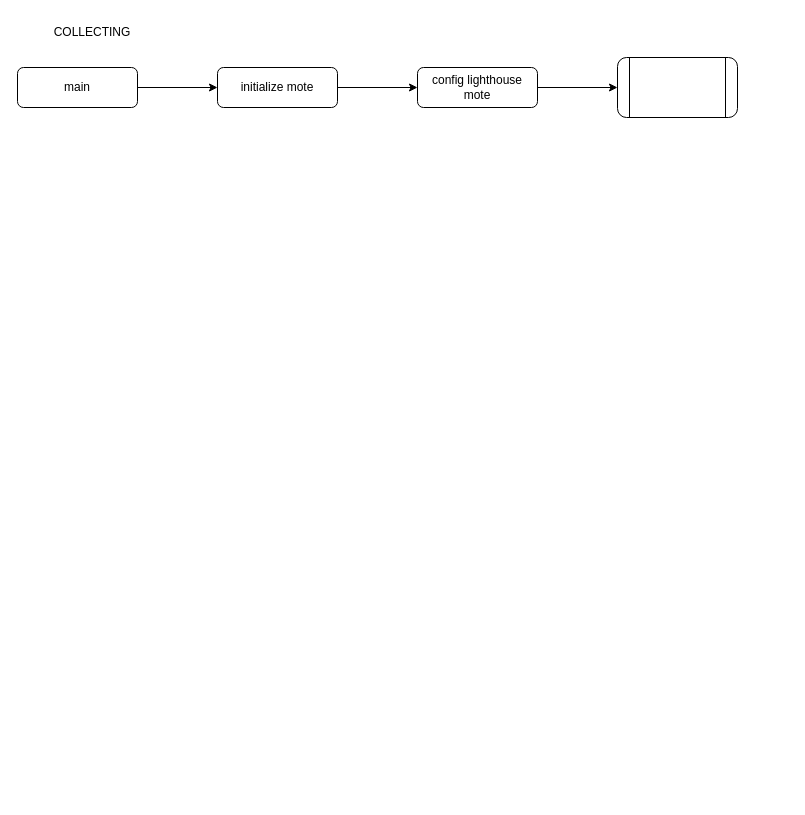
Above: diagrams/未命名绘图.drawio in cwdao/draw_io_diagrams (draw.io), before the change. Source tidied: cells renumbered, new cells numbered last; positions are measured from the earlier drawing's top-left corner, leaving out a move shared by most shapes. Both pictures are drawn from the tidied source at 100%, with x=0, y=0 at pixel (17, 17).
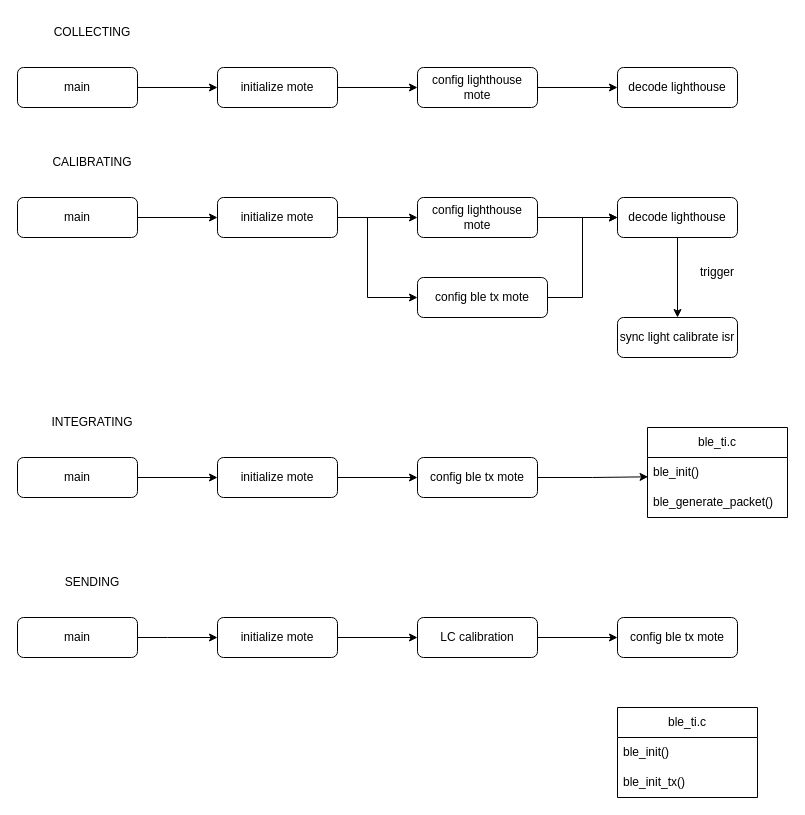
The same page after the edit.

Commit message:
更新未命名绘图.drawio

The change refers to these unchanged cells:
```xml
<mxCell id="7" value="config lighthouse mote" style="rounded=1;whiteSpace=wrap;html=1;fontSize=12;glass=0;strokeWidth=1;shadow=0;" parent="1" vertex="1">
  <mxGeometry x="400" y="50" width="120" height="40" as="geometry" />
</mxCell>
```

What changed in the source:
```diff
@@
-    <mxCell id="6" style="edgeStyle=orthogonalEdgeStyle;rounded=0;jettySize=auto;html=1;" parent="1" edge="1" source="7" target="9">
-      <mxGeometry relative="1" as="geometry" />
-    </mxCell>
+    <mxCell id="10" style="edgeStyle=orthogonalEdgeStyle;rounded=0;jettySize=auto;html=1;" parent="1" edge="1" source="7" target="11">
+      <mxGeometry relative="1" as="geometry" />
+    </mxCell>
@@
-    <mxCell id="9" style="shape=process;whiteSpace=wrap;html=1;backgroundOutline=1;rounded=1;glass=0;strokeWidth=1;shadow=0;" parent="1" vertex="1">
-      <mxGeometry x="600" y="40" width="120" height="60" as="geometry" />
-    </mxCell>
+    <mxCell id="11" value="decode lighthouse" style="rounded=1;whiteSpace=wrap;html=1;fontSize=12;glass=0;strokeWidth=1;shadow=0;" parent="1" vertex="1">
+      <mxGeometry x="600" y="50" width="120" height="40" as="geometry" />
+    </mxCell>
+    <mxCell id="12" style="edgeStyle=orthogonalEdgeStyle;rounded=0;jettySize=auto;html=1;" parent="1" edge="1" source="13" target="16">
+      <mxGeometry relative="1" as="geometry" />
+    </mxCell>
+    <mxCell id="13" value="main" style="rounded=1;whiteSpace=wrap;html=1;fontSize=12;glass=0;strokeWidth=1;shadow=0;" parent="1" vertex="1">
+      <mxGeometry y="180" width="120" height="40" as="geometry" />
+    </mxCell>
+    <mxCell id="14" style="edgeStyle=orthogonalEdgeStyle;rounded=0;jettySize=auto;html=1;" parent="1" edge="1" source="16" target="18">
+      <mxGeometry relative="1" as="geometry" />
+    </mxCell>
+    <mxCell id="15" style="edgeStyle=orthogonalEdgeStyle;rounded=0;jettySize=auto;html=1;" parent="1" edge="1" source="16" target="23">
+      <mxGeometry relative="1" as="geometry">
+        <Array as="points">
+          <mxPoint x="350" y="200" />
+          <mxPoint x="350" y="280" />
+        </Array>
+      </mxGeometry>
+    </mxCell>
+    <mxCell id="16" value="initialize mote" style="rounded=1;whiteSpace=wrap;html=1;fontSize=12;glass=0;strokeWidth=1;shadow=0;" parent="1" vertex="1">
+      <mxGeometry x="200" y="180" width="120" height="40" as="geometry" />
+    </mxCell>
+    <mxCell id="17" style="edgeStyle=orthogonalEdgeStyle;rounded=0;jettySize=auto;html=1;" parent="1" edge="1" source="18" target="21">
+      <mxGeometry relative="1" as="geometry" />
+    </mxCell>
+    <mxCell id="18" value="config lighthouse mote" style="rounded=1;whiteSpace=wrap;html=1;fontSize=12;glass=0;strokeWidth=1;shadow=0;" parent="1" vertex="1">
+      <mxGeometry x="400" y="180" width="120" height="40" as="geometry" />
+    </mxCell>
+    <mxCell id="19" value="CALIBRATING" style="text;html=1;align=center;verticalAlign=middle;whiteSpace=wrap;rounded=0;" parent="1" vertex="1">
+      <mxGeometry y="130" width="150" height="30" as="geometry" />
+    </mxCell>
+    <mxCell id="20" style="edgeStyle=orthogonalEdgeStyle;rounded=0;jettySize=auto;html=1;" parent="1" edge="1" source="21" target="24">
+      <mxGeometry relative="1" as="geometry" />
+    </mxCell>
+    <mxCell id="21" value="decode lighthouse" style="rounded=1;whiteSpace=wrap;html=1;fontSize=12;glass=0;strokeWidth=1;shadow=0;" parent="1" vertex="1">
+      <mxGeometry x="600" y="180" width="120" height="40" as="geometry" />
+    </mxCell>
+    <mxCell id="22" style="edgeStyle=orthogonalEdgeStyle;rounded=0;jettySize=auto;html=1;exitX=1;exitY=0.5;exitDx=0;exitDy=0;entryX=0;entryY=0.5;entryDx=0;entryDy=0;" parent="1" edge="1" source="23" target="21">
+      <mxGeometry relative="1" as="geometry" />
+    </mxCell>
+    <mxCell id="23" value="config ble tx mote" style="rounded=1;whiteSpace=wrap;html=1;fontSize=12;glass=0;strokeWidth=1;shadow=0;" parent="1" vertex="1">
+      <mxGeometry x="400" y="260" width="130" height="40" as="geometry" />
+    </mxCell>
+    <mxCell id="24" value="sync light calibrate isr" style="rounded=1;whiteSpace=wrap;html=1;fontSize=12;glass=0;strokeWidth=1;shadow=0;" parent="1" vertex="1">
+      <mxGeometry x="600" y="300" width="120" height="40" as="geometry" />
+    </mxCell>
+    <mxCell id="25" value="trigger" style="text;html=1;align=center;verticalAlign=middle;whiteSpace=wrap;rounded=0;" parent="1" vertex="1">
+      <mxGeometry x="670" y="240" width="60" height="30" as="geometry" />
+    </mxCell>
+    <mxCell id="26" style="edgeStyle=orthogonalEdgeStyle;rounded=0;jettySize=auto;html=1;" parent="1" edge="1" source="27" target="29">
+      <mxGeometry relative="1" as="geometry" />
+    </mxCell>
+    <mxCell id="27" value="main" style="rounded=1;whiteSpace=wrap;html=1;fontSize=12;glass=0;strokeWidth=1;shadow=0;" parent="1" vertex="1">
+      <mxGeometry y="440" width="120" height="40" as="geometry" />
+    </mxCell>
+    <mxCell id="28" style="edgeStyle=orthogonalEdgeStyle;rounded=0;jettySize=auto;html=1;" parent="1" edge="1" source="29" target="30">
+      <mxGeometry relative="1" as="geometry" />
+    </mxCell>
+    <mxCell id="29" value="initialize mote" style="rounded=1;whiteSpace=wrap;html=1;fontSize=12;glass=0;strokeWidth=1;shadow=0;" parent="1" vertex="1">
+      <mxGeometry x="200" y="440" width="120" height="40" as="geometry" />
+    </mxCell>
+    <mxCell id="30" value="config ble tx mote" style="rounded=1;whiteSpace=wrap;html=1;fontSize=12;glass=0;strokeWidth=1;shadow=0;" parent="1" vertex="1">
+      <mxGeometry x="400" y="440" width="120" height="40" as="geometry" />
+    </mxCell>
+    <mxCell id="31" value="INTEGRATING" style="text;html=1;align=center;verticalAlign=middle;whiteSpace=wrap;rounded=0;" parent="1" vertex="1">
+      <mxGeometry y="390" width="150" height="30" as="geometry" />
+    </mxCell>
+    <mxCell id="32" value="ble_ti.c" style="swimlane;fontStyle=0;horizontal=1;startSize=30;whiteSpace=wrap;html=1;" parent="1" vertex="1">
+      <mxGeometry x="630" y="410" width="140" height="90" as="geometry" />
+    </mxCell>
+    <mxCell id="33" value="ble_init()" style="text;strokeColor=none;fillColor=none;align=left;verticalAlign=middle;spacingLeft=4;spacingRight=4;overflow=hidden;points=[[0,0.5],[1,0.5]];portConstraint=eastwest;whiteSpace=wrap;html=1;" parent="32" vertex="1">
+      <mxGeometry y="30" width="140" height="30" as="geometry" />
+    </mxCell>
+    <mxCell id="34" value="ble_generate_packet()" style="text;strokeColor=none;fillColor=none;align=left;verticalAlign=middle;spacingLeft=4;spacingRight=4;overflow=hidden;whiteSpace=wrap;html=1;" parent="32" vertex="1">
+      <mxGeometry y="60" width="140" height="30" as="geometry" />
+    </mxCell>
+    <mxCell id="35" style="edgeStyle=orthogonalEdgeStyle;rounded=0;jettySize=auto;html=1;exitX=1;exitY=0.5;exitDx=0;exitDy=0;entryX=0.004;entryY=0.644;entryDx=0;entryDy=0;entryPerimeter=0;" parent="1" edge="1" source="30" target="33">
+      <mxGeometry relative="1" as="geometry" />
+    </mxCell>
+    <mxCell id="36" style="edgeStyle=orthogonalEdgeStyle;rounded=0;jettySize=auto;html=1;entryX=0;entryY=0.5;entryDx=0;entryDy=0;" parent="1" edge="1" source="37" target="39">
+      <mxGeometry relative="1" as="geometry">
+        <Array as="points">
+          <mxPoint x="150" y="620" />
+          <mxPoint x="150" y="620" />
+        </Array>
+      </mxGeometry>
+    </mxCell>
+    <mxCell id="37" value="main" style="rounded=1;whiteSpace=wrap;html=1;fontSize=12;glass=0;strokeWidth=1;shadow=0;" parent="1" vertex="1">
+      <mxGeometry y="600" width="120" height="40" as="geometry" />
+    </mxCell>
+    <mxCell id="38" style="edgeStyle=orthogonalEdgeStyle;rounded=0;jettySize=auto;html=1;" parent="1" edge="1" source="39" target="43">
+      <mxGeometry relative="1" as="geometry" />
+    </mxCell>
+    <mxCell id="39" value="initialize mote" style="rounded=1;whiteSpace=wrap;html=1;fontSize=12;glass=0;strokeWidth=1;shadow=0;" parent="1" vertex="1">
+      <mxGeometry x="200" y="600" width="120" height="40" as="geometry" />
+    </mxCell>
+    <mxCell id="40" value="config ble tx mote" style="rounded=1;whiteSpace=wrap;html=1;fontSize=12;glass=0;strokeWidth=1;shadow=0;" parent="1" vertex="1">
+      <mxGeometry x="600" y="600" width="120" height="40" as="geometry" />
+    </mxCell>
+    <mxCell id="41" value="SENDING" style="text;html=1;align=center;verticalAlign=middle;whiteSpace=wrap;rounded=0;" parent="1" vertex="1">
+      <mxGeometry y="550" width="150" height="30" as="geometry" />
+    </mxCell>
+    <mxCell id="42" style="edgeStyle=orthogonalEdgeStyle;rounded=0;jettySize=auto;html=1;exitX=1;exitY=0.5;exitDx=0;exitDy=0;entryX=0;entryY=0.5;entryDx=0;entryDy=0;" parent="1" edge="1" source="43" target="40">
+      <mxGeometry relative="1" as="geometry" />
+    </mxCell>
+    <mxCell id="43" value="LC calibration" style="rounded=1;whiteSpace=wrap;html=1;fontSize=12;glass=0;strokeWidth=1;shadow=0;" parent="1" vertex="1">
+      <mxGeometry x="400" y="600" width="120" height="40" as="geometry" />
+    </mxCell>
+    <mxCell id="44" value="ble_ti.c" style="swimlane;fontStyle=0;horizontal=1;startSize=30;whiteSpace=wrap;html=1;" parent="1" vertex="1">
+      <mxGeometry x="600" y="690" width="140" height="90" as="geometry" />
+    </mxCell>
+    <mxCell id="45" value="ble_init()" style="text;strokeColor=none;fillColor=none;align=left;verticalAlign=middle;spacingLeft=4;spacingRight=4;overflow=hidden;whiteSpace=wrap;html=1;" parent="44" vertex="1">
+      <mxGeometry y="30" width="140" height="30" as="geometry" />
+    </mxCell>
+    <mxCell id="46" value="ble_init_tx()" style="text;strokeColor=none;fillColor=none;align=left;verticalAlign=middle;spacingLeft=4;spacingRight=4;overflow=hidden;whiteSpace=wrap;html=1;" parent="44" vertex="1">
+      <mxGeometry y="60" width="140" height="30" as="geometry" />
+    </mxCell>
```
